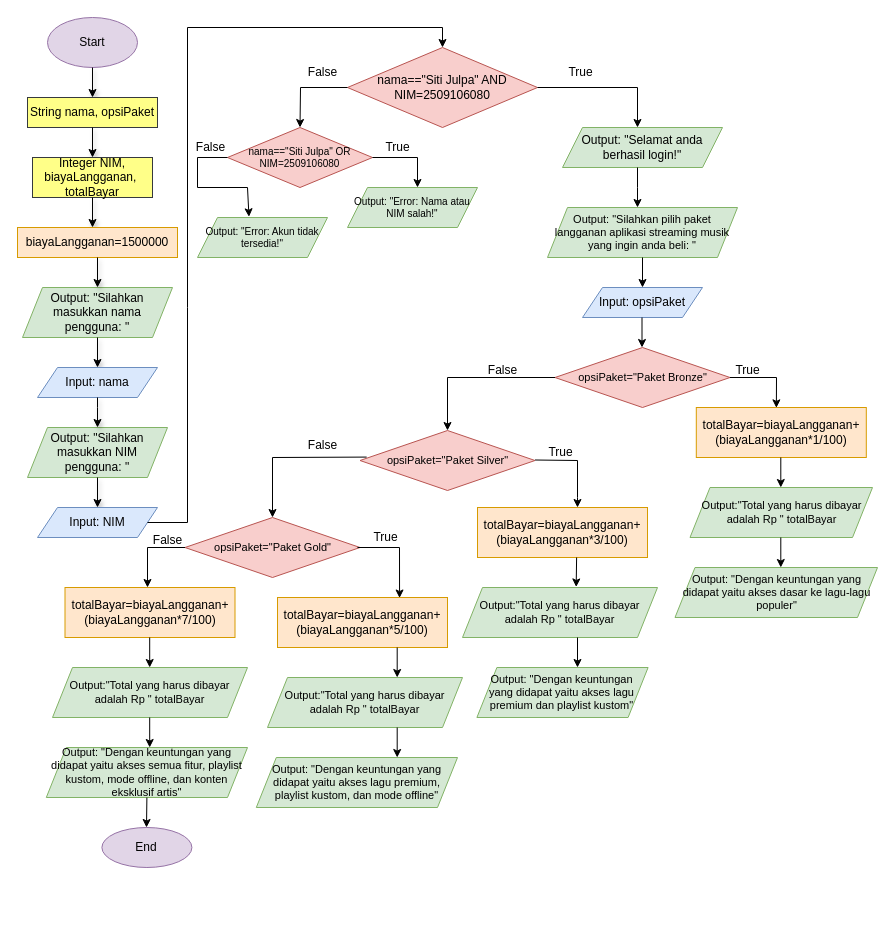
The draw.io diagram post-test/post-test-apd-3/2509106080-SitiJulpa-PT-3.drawio in Julpa888/praktikum-apd, before the edit. Source tidied: cells renumbered, new cells numbered last; positions are measured from the earlier drawing's top-left corner, leaving out a move shared by most shapes. Both pictures are drawn from the tidied source at 100%, with x=0, y=0 at pixel (17, 17).
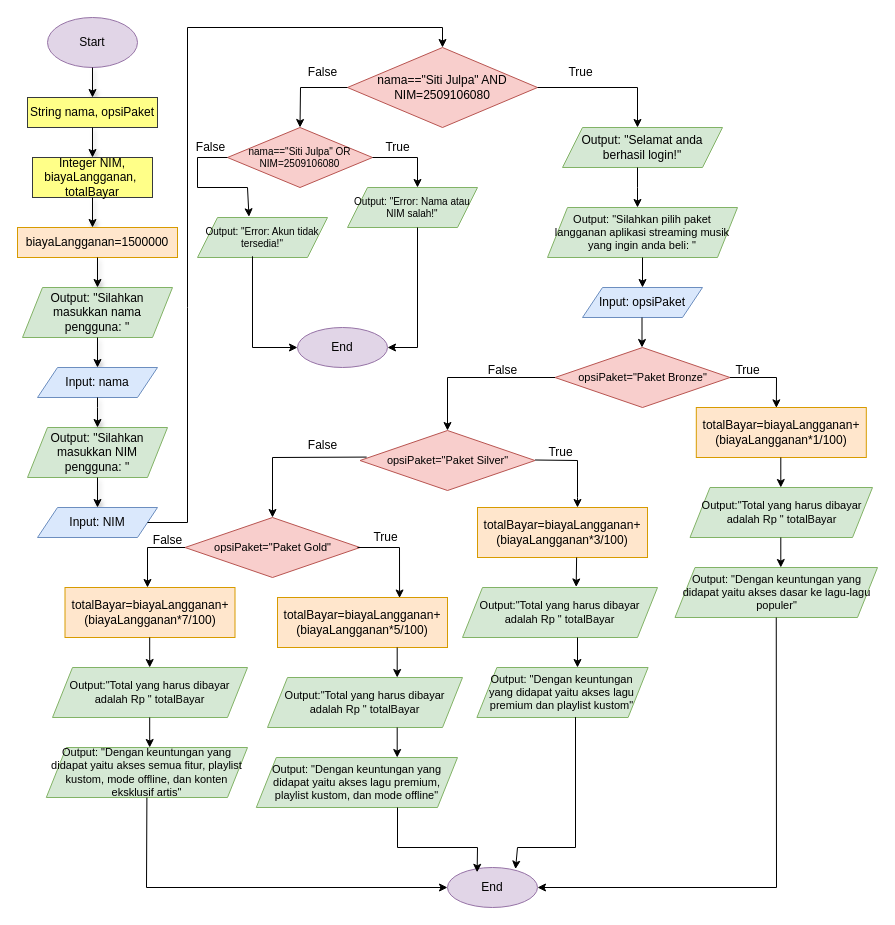
After the change.

Unchanged cells that the change refers to:
```xml
<mxCell id="34" value="Output: &quot;Dengan keuntungan yang didapat yaitu akses dasar ke lagu-lagu populer&quot;" style="shape=parallelogram;perimeter=parallelogramPerimeter;whiteSpace=wrap;html=1;fixedSize=1;fillColor=#d5e8d4;strokeColor=#82b366;fontSize=11;" parent="1" vertex="1">
  <mxGeometry x="657.5" y="550" width="202.5" height="50" as="geometry" />
</mxCell>
<mxCell id="42" value="Output: &quot;Dengan keuntungan yang didapat yaitu akses lagu premium dan playlist kustom&quot;" style="shape=parallelogram;perimeter=parallelogramPerimeter;whiteSpace=wrap;html=1;fixedSize=1;fillColor=#d5e8d4;strokeColor=#82b366;fontSize=11;" parent="1" vertex="1">
  <mxGeometry x="459.4" y="650" width="171.2" height="50" as="geometry" />
</mxCell>
<mxCell id="59" value="Output: &quot;Error: Akun tidak tersedia!&quot;" style="shape=parallelogram;perimeter=parallelogramPerimeter;whiteSpace=wrap;html=1;fixedSize=1;fillColor=#d5e8d4;strokeColor=#82b366;fontSize=10;" parent="1" vertex="1">
  <mxGeometry x="180" y="200" width="130" height="40" as="geometry" />
</mxCell>
<mxCell id="71" value="Output: &quot;Dengan keuntungan yang didapat yaitu akses semua fitur, playlist kustom, mode offline, dan konten eksklusif artis&quot;" style="shape=parallelogram;perimeter=parallelogramPerimeter;whiteSpace=wrap;html=1;fixedSize=1;fillColor=#d5e8d4;strokeColor=#82b366;fontSize=11;" parent="1" vertex="1">
  <mxGeometry x="28.8" y="730" width="201.2" height="50" as="geometry" />
</mxCell>
```

What changed in the source:
```diff
@@
-    <mxCell id="72" style="endArrow=classic;html=1;rounded=0;exitX=0.5;exitY=1;exitDx=0;exitDy=0;" parent="1" edge="1" source="71">
+    <mxCell id="72" style="endArrow=classic;html=1;rounded=0;exitX=0.5;exitY=1;exitDx=0;exitDy=0;entryX=0;entryY=0.5;entryDx=0;entryDy=0;" parent="1" edge="1" source="71" target="73">
       <mxGeometry relative="1" as="geometry">
-        <mxPoint x="129" y="810" as="targetPoint" />
+        <Array as="points">
+          <mxPoint x="129" y="870" />
+        </Array>
       </mxGeometry>
     </mxCell>
     <mxCell id="73" value="End" style="ellipse;whiteSpace=wrap;html=1;fillColor=#e1d5e7;strokeColor=#9673a6;" parent="1" vertex="1">
-      <mxGeometry x="84.4" y="810" width="90" height="40" as="geometry" />
+      <mxGeometry x="430" y="850" width="90" height="40" as="geometry" />
     </mxCell>
+    <mxCell id="74" style="endArrow=classic;html=1;rounded=0;entryX=0.329;entryY=0.12;entryDx=0;entryDy=0;entryPerimeter=0;" parent="1" edge="1" target="73">
+      <mxGeometry relative="1" as="geometry">
+        <mxPoint x="380" y="790" as="sourcePoint" />
+        <Array as="points">
+          <mxPoint x="380" y="830" />
+          <mxPoint x="460" y="830" />
+        </Array>
+      </mxGeometry>
+    </mxCell>
+    <mxCell id="75" style="endArrow=classic;html=1;rounded=0;exitX=0.576;exitY=0.992;exitDx=0;exitDy=0;exitPerimeter=0;entryX=0.756;entryY=0.04;entryDx=0;entryDy=0;entryPerimeter=0;" parent="1" edge="1" source="42" target="73">
+      <mxGeometry relative="1" as="geometry">
+        <Array as="points">
+          <mxPoint x="558" y="830" />
+          <mxPoint x="500" y="830" />
+        </Array>
+      </mxGeometry>
+    </mxCell>
+    <mxCell id="76" style="endArrow=classic;html=1;rounded=0;exitX=0.5;exitY=1;exitDx=0;exitDy=0;entryX=1;entryY=0.5;entryDx=0;entryDy=0;" parent="1" edge="1" source="34" target="73">
+      <mxGeometry relative="1" as="geometry">
+        <Array as="points">
+          <mxPoint x="759" y="870" />
+        </Array>
+      </mxGeometry>
+    </mxCell>
+    <mxCell id="77" style="endArrow=classic;html=1;rounded=0;exitX=0.423;exitY=0.971;exitDx=0;exitDy=0;exitPerimeter=0;entryX=0;entryY=0.5;entryDx=0;entryDy=0;" parent="1" edge="1" source="59" target="78">
+      <mxGeometry relative="1" as="geometry">
+        <Array as="points">
+          <mxPoint x="235" y="330" />
+        </Array>
+      </mxGeometry>
+    </mxCell>
+    <mxCell id="78" value="End" style="ellipse;whiteSpace=wrap;html=1;fillColor=#e1d5e7;strokeColor=#9673a6;" parent="1" vertex="1">
+      <mxGeometry x="280" y="310" width="90" height="40" as="geometry" />
+    </mxCell>
+    <mxCell id="79" style="endArrow=classic;html=1;rounded=0;entryX=1;entryY=0.5;entryDx=0;entryDy=0;" parent="1" edge="1" target="78">
+      <mxGeometry relative="1" as="geometry">
+        <mxPoint x="400" y="210" as="sourcePoint" />
+        <Array as="points">
+          <mxPoint x="400" y="330" />
+        </Array>
+      </mxGeometry>
+    </mxCell>
```
